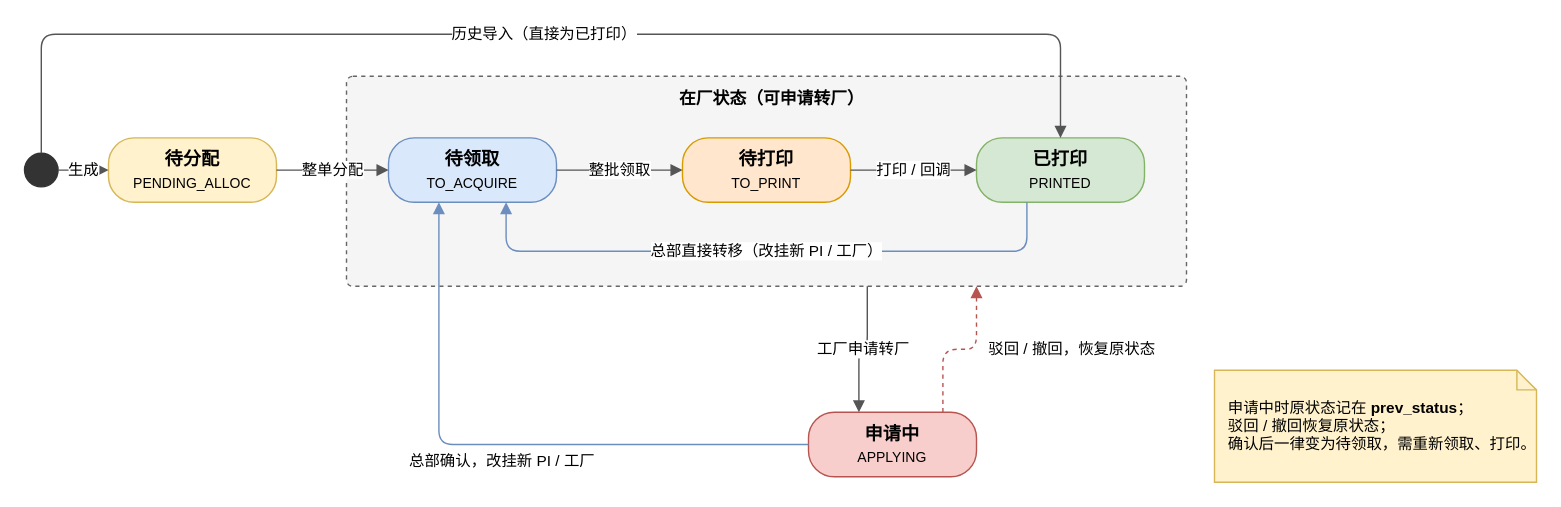
This is docs/images/系统技术方案/fig2-4-sn-state.drawio from Createsnow/sn-center, a draw.io file, before an edit. Source tidied: cells renumbered, new cells numbered last; positions are measured from the earlier drawing's top-left corner, leaving out a move shared by most shapes. Both pictures are drawn from the tidied source at 140%, with x=0, y=0 at pixel (24, 34).
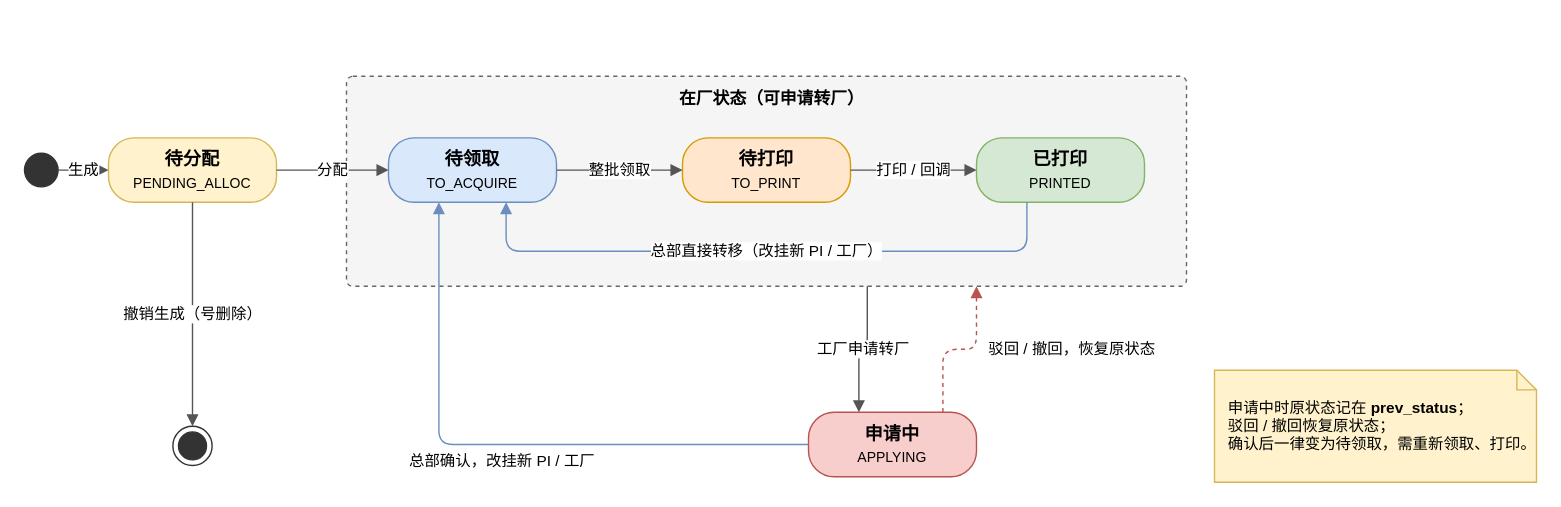
The same page after the edit.

Unchanged cells that the change refers to:
```xml
<mxCell id="2" style="ellipse;html=1;fillColor=#333333;strokeColor=#333333;" parent="1" vertex="1">
  <mxGeometry y="85" width="24" height="24" as="geometry" />
</mxCell>
<mxCell id="4" value="待分配&lt;br&gt;&lt;font style=&quot;font-size:10px;font-weight:normal&quot;&gt;PENDING_ALLOC&lt;/font&gt;" style="rounded=1;arcSize=40;whiteSpace=wrap;html=1;fontSize=13;fontStyle=1;fontFamily=Microsoft YaHei,PingFang SC,Helvetica,Arial,WenQuanYi Zen Hei,sans-serif;fillColor=#fff2cc;strokeColor=#d6b656;" parent="1" vertex="1">
  <mxGeometry x="60" y="74" width="120" height="46" as="geometry" />
</mxCell>
<mxCell id="5" value="待领取&lt;br&gt;&lt;font style=&quot;font-size:10px;font-weight:normal&quot;&gt;TO_ACQUIRE&lt;/font&gt;" style="rounded=1;arcSize=40;whiteSpace=wrap;html=1;fontSize=13;fontStyle=1;fontFamily=Microsoft YaHei,PingFang SC,Helvetica,Arial,WenQuanYi Zen Hei,sans-serif;fillColor=#dae8fc;strokeColor=#6c8ebf;" parent="1" vertex="1">
  <mxGeometry x="260" y="74" width="120" height="46" as="geometry" />
</mxCell>
<mxCell id="7" value="已打印&lt;br&gt;&lt;font style=&quot;font-size:10px;font-weight:normal&quot;&gt;PRINTED&lt;/font&gt;" style="rounded=1;arcSize=40;whiteSpace=wrap;html=1;fontSize=13;fontStyle=1;fontFamily=Microsoft YaHei,PingFang SC,Helvetica,Arial,WenQuanYi Zen Hei,sans-serif;fillColor=#d5e8d4;strokeColor=#82b366;" parent="1" vertex="1">
  <mxGeometry x="680" y="74" width="120" height="46" as="geometry" />
</mxCell>
```

The edit, as a diff of the source:
```diff
@@
-    <mxCell id="10" value="整单分配" style="edgeStyle=orthogonalEdgeStyle;rounded=1;html=1;endArrow=block;endFill=1;strokeColor=#555555;fontSize=11;labelBackgroundColor=#ffffff;fontFamily=Microsoft YaHei,PingFang SC,Helvetica,Arial,WenQuanYi Zen Hei,sans-serif;exitX=1;exitY=0.5;exitDx=0;exitDy=0;entryX=0;entryY=0.5;entryDx=0;entryDy=0;" parent="1" edge="1" source="4" target="5">
+    <mxCell id="10" value="分配" style="edgeStyle=orthogonalEdgeStyle;rounded=1;html=1;endArrow=block;endFill=1;strokeColor=#555555;fontSize=11;labelBackgroundColor=#ffffff;fontFamily=Microsoft YaHei,PingFang SC,Helvetica,Arial,WenQuanYi Zen Hei,sans-serif;exitX=1;exitY=0.5;exitDx=0;exitDy=0;entryX=0;entryY=0.5;entryDx=0;entryDy=0;" parent="1" edge="1" source="4" target="5">
       <mxGeometry relative="1" as="geometry" />
     </mxCell>
@@
-    <mxCell id="13" value="历史导入（直接为已打印）" style="edgeStyle=orthogonalEdgeStyle;rounded=1;html=1;endArrow=block;endFill=1;strokeColor=#555555;fontSize=11;labelBackgroundColor=#ffffff;fontFamily=Microsoft YaHei,PingFang SC,Helvetica,Arial,WenQuanYi Zen Hei,sans-serif;exitX=0.5;exitY=0;exitDx=0;exitDy=0;entryX=0.5;entryY=0;entryDx=0;entryDy=0;" parent="1" edge="1" source="2" target="7">
-      <mxGeometry relative="1" as="geometry">
-        <Array as="points">
-          <mxPoint x="12" />
-          <mxPoint x="740" />
-        </Array>
-      </mxGeometry>
-    </mxCell>
@@
+    <mxCell id="19" style="ellipse;shape=endState;html=1;fillColor=#333333;strokeColor=#333333;" parent="1" vertex="1">
+      <mxGeometry x="106" y="280" width="28" height="28" as="geometry" />
+    </mxCell>
+    <mxCell id="20" value="撤销生成（号删除）" style="edgeStyle=orthogonalEdgeStyle;rounded=1;html=1;endArrow=block;endFill=1;strokeColor=#555555;fontSize=11;labelBackgroundColor=#ffffff;fontFamily=Microsoft YaHei,PingFang SC,Helvetica,Arial,WenQuanYi Zen Hei,sans-serif;exitX=0.5;exitY=1;exitDx=0;exitDy=0;entryX=0.5;entryY=0;entryDx=0;entryDy=0;" parent="1" edge="1" source="4" target="19">
+      <mxGeometry relative="1" as="geometry" />
+    </mxCell>
```
